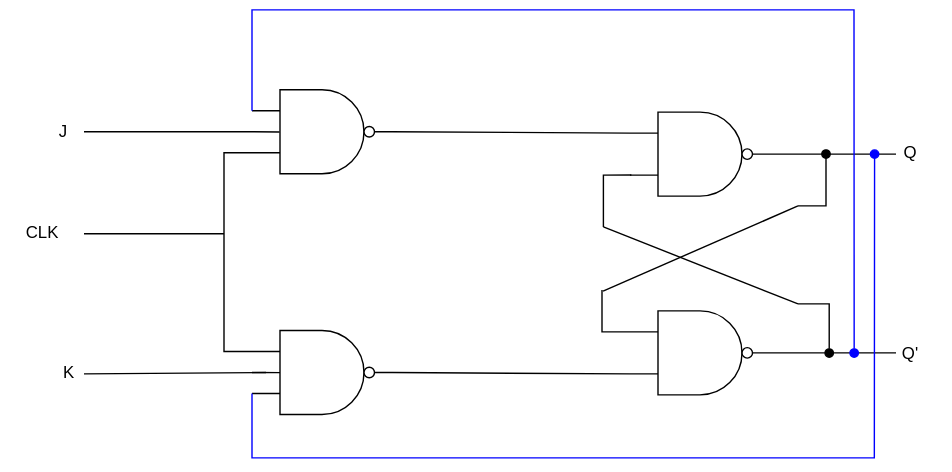
Earlier version of the draw.io export document/source/adn_common_jk_ff_des.svg (ADN-VLSI/adn_common). Source tidied: cells renumbered, new cells last; positions are measured from the earlier drawing's top-left corner, leaving out a move shared by most shapes. The source it was exported from:
```xml
<mxGraphModel>
  <root>
    <mxCell id="0" />
    <mxCell id="1" parent="0" />
    <mxCell id="2" style="edgeStyle=orthogonalEdgeStyle;html=1;exitX=0;exitY=0.75;exitDx=0;exitDy=0;exitPerimeter=0;endArrow=none;endFill=0;rounded=0;curved=0;entryX=0;entryY=0.25;entryDx=0;entryDy=0;entryPerimeter=0;" parent="1" edge="1" source="3" target="4">
      <mxGeometry relative="1" as="geometry">
        <Array as="points">
          <mxPoint x="160" y="102" />
          <mxPoint x="160" y="244" />
        </Array>
      </mxGeometry>
    </mxCell>
    <mxCell id="3" style="verticalLabelPosition=bottom;shadow=0;dashed=0;align=center;html=1;verticalAlign=top;shape=mxgraph.electrical.logic_gates.logic_gate;operation=and;negating=1;negSize=0.15;points=[[0,0.25,0,0,0],[0,0.5,0,0,0],[0,0.75,0,0,0],[1,0.5,0,0,0]];" parent="1" vertex="1">
      <mxGeometry x="180" y="57" width="100" height="60" as="geometry" />
    </mxCell>
    <mxCell id="4" style="verticalLabelPosition=bottom;shadow=0;dashed=0;align=center;html=1;verticalAlign=top;shape=mxgraph.electrical.logic_gates.logic_gate;operation=and;negating=1;negSize=0.15;points=[[0,0.25,0,0,0],[0,0.5,0,0,0],[0,0.75,0,0,0],[1,0.5,0,0,0]];" parent="1" vertex="1">
      <mxGeometry x="180" y="229" width="100" height="60" as="geometry" />
    </mxCell>
    <mxCell id="5" style="edgeStyle=none;html=1;exitX=1;exitY=0.5;exitDx=0;exitDy=0;exitPerimeter=0;endArrow=none;endFill=0;" parent="1" edge="1" source="7">
      <mxGeometry relative="1" as="geometry">
        <mxPoint x="640" y="245" as="targetPoint" />
      </mxGeometry>
    </mxCell>
    <mxCell id="6" style="edgeStyle=orthogonalEdgeStyle;html=1;exitX=0;exitY=0.25;exitDx=0;exitDy=0;exitPerimeter=0;endArrow=none;endFill=0;rounded=0;curved=0;" parent="1" edge="1" source="7">
      <mxGeometry relative="1" as="geometry">
        <mxPoint x="430" y="200" as="targetPoint" />
      </mxGeometry>
    </mxCell>
    <mxCell id="7" style="verticalLabelPosition=bottom;shadow=0;dashed=0;align=center;html=1;verticalAlign=top;shape=mxgraph.electrical.logic_gates.logic_gate;operation=and;negating=1;negSize=0.15;" parent="1" vertex="1">
      <mxGeometry x="450" y="215" width="100" height="60" as="geometry" />
    </mxCell>
    <mxCell id="8" style="edgeStyle=none;html=1;exitX=1;exitY=0.5;exitDx=0;exitDy=0;exitPerimeter=0;endArrow=none;endFill=0;" parent="1" edge="1" source="9">
      <mxGeometry relative="1" as="geometry">
        <mxPoint x="640" y="103" as="targetPoint" />
      </mxGeometry>
    </mxCell>
    <mxCell id="9" style="verticalLabelPosition=bottom;shadow=0;dashed=0;align=center;html=1;verticalAlign=top;shape=mxgraph.electrical.logic_gates.logic_gate;operation=and;negating=1;negSize=0.15;" parent="1" vertex="1">
      <mxGeometry x="450" y="73" width="100" height="60" as="geometry" />
    </mxCell>
    <mxCell id="10" style="edgeStyle=orthogonalEdgeStyle;html=1;endArrow=oval;endFill=1;rounded=0;curved=0;" parent="1" edge="1">
      <mxGeometry relative="1" as="geometry">
        <mxPoint x="570" y="140" as="sourcePoint" />
        <mxPoint x="590" y="103" as="targetPoint" />
      </mxGeometry>
    </mxCell>
    <mxCell id="11" style="endArrow=none;html=1;exitX=0.038;exitY=0.029;exitDx=0;exitDy=0;exitPerimeter=0;" parent="1" edge="1" source="6">
      <mxGeometry relative="1" as="geometry">
        <mxPoint x="570" y="140" as="targetPoint" />
      </mxGeometry>
    </mxCell>
    <mxCell id="12" style="endArrow=none;html=1;exitX=0.038;exitY=0.029;exitDx=0;exitDy=0;exitPerimeter=0;entryX=0;entryY=0;entryDx=0;entryDy=0;entryPerimeter=0;" parent="1" edge="1" target="14">
      <mxGeometry relative="1" as="geometry">
        <mxPoint x="431" y="155" as="sourcePoint" />
      </mxGeometry>
    </mxCell>
    <mxCell id="13" style="edgeStyle=orthogonalEdgeStyle;html=1;endArrow=none;endFill=0;rounded=0;curved=0;" parent="1" edge="1">
      <mxGeometry relative="1" as="geometry">
        <mxPoint x="451" y="118" as="sourcePoint" />
        <mxPoint x="431" y="155" as="targetPoint" />
      </mxGeometry>
    </mxCell>
    <mxCell id="14" style="endArrow=oval;html=1;rounded=0;edgeStyle=orthogonalEdgeStyle;endFill=1;" parent="1" edge="1">
      <mxGeometry relative="1" as="geometry">
        <mxPoint x="570" y="210" as="sourcePoint" />
        <mxPoint x="592.3" y="245.1" as="targetPoint" />
        <Array as="points">
          <mxPoint x="592.3" y="210" />
        </Array>
      </mxGeometry>
    </mxCell>
    <mxCell id="15" style="edgeStyle=none;html=1;exitX=0;exitY=0.75;exitDx=0;exitDy=0;exitPerimeter=0;entryX=1;entryY=0.5;entryDx=0;entryDy=0;entryPerimeter=0;endArrow=none;endFill=0;" parent="1" edge="1" source="7" target="4">
      <mxGeometry relative="1" as="geometry" />
    </mxCell>
    <mxCell id="16" style="edgeStyle=none;html=1;exitX=0;exitY=0.25;exitDx=0;exitDy=0;exitPerimeter=0;entryX=1;entryY=0.5;entryDx=0;entryDy=0;entryPerimeter=0;endArrow=none;endFill=0;" parent="1" edge="1" source="9" target="3">
      <mxGeometry relative="1" as="geometry" />
    </mxCell>
    <mxCell id="17" style="edgeStyle=orthogonalEdgeStyle;html=1;innerLoopWaypoints=1;exitX=0;exitY=0.5;exitDx=0;exitDy=0;exitPerimeter=0;entryX=0.197;entryY=0.503;entryDx=0;entryDy=0;entryPerimeter=0;endArrow=none;endFill=0;" parent="1" edge="1" source="3" target="3">
      <mxGeometry relative="1" as="geometry" />
    </mxCell>
    <mxCell id="18" style="edgeStyle=orthogonalEdgeStyle;html=1;innerLoopWaypoints=1;exitX=0;exitY=0.5;exitDx=0;exitDy=0;exitPerimeter=0;entryX=0.2;entryY=0.501;entryDx=0;entryDy=0;entryPerimeter=0;endArrow=none;endFill=0;" parent="1" edge="1" source="4" target="4">
      <mxGeometry relative="1" as="geometry" />
    </mxCell>
    <mxCell id="19" style="endArrow=none;html=1;entryX=0;entryY=0.408;entryDx=0;entryDy=0;entryPerimeter=0;" parent="1" edge="1" target="2">
      <mxGeometry relative="1" as="geometry">
        <mxPoint x="60" y="159.9" as="sourcePoint" />
      </mxGeometry>
    </mxCell>
    <mxCell id="20" style="endArrow=oval;html=1;rounded=0;curved=0;exitX=0;exitY=0.75;exitDx=0;exitDy=0;exitPerimeter=0;entryX=0;entryY=0.75;entryDx=0;entryDy=0;entryPerimeter=0;strokeColor=#0000FF;endFill=1;" parent="1" edge="1" source="4">
      <mxGeometry relative="1" as="geometry">
        <mxPoint x="624.7" y="103" as="targetPoint" />
        <Array as="points">
          <mxPoint x="180" y="320" />
          <mxPoint x="624.5" y="320" />
        </Array>
      </mxGeometry>
    </mxCell>
    <mxCell id="21" style="endArrow=oval;html=1;rounded=0;curved=0;entryX=0.668;entryY=0.25;entryDx=0;entryDy=0;entryPerimeter=0;strokeColor=#0000FF;exitX=0;exitY=0.25;exitDx=0;exitDy=0;exitPerimeter=0;endFill=1;" parent="1" edge="1" source="3" target="5">
      <mxGeometry relative="1" as="geometry">
        <Array as="points">
          <mxPoint x="180" />
          <mxPoint x="610" />
        </Array>
      </mxGeometry>
    </mxCell>
    <mxCell id="22" style="endArrow=none;html=1;entryX=0;entryY=0.5;entryDx=0;entryDy=0;entryPerimeter=0;" parent="1" edge="1" target="3">
      <mxGeometry relative="1" as="geometry">
        <mxPoint x="60" y="87" as="sourcePoint" />
      </mxGeometry>
    </mxCell>
    <mxCell id="23" value="J" style="text;html=1;whiteSpace=wrap;strokeColor=none;fillColor=none;align=center;verticalAlign=middle;rounded=0;" parent="1" vertex="1">
      <mxGeometry x="15" y="72" width="60" height="30" as="geometry" />
    </mxCell>
    <mxCell id="24" style="endArrow=none;html=1;" parent="1" edge="1" target="18">
      <mxGeometry relative="1" as="geometry">
        <mxPoint x="60" y="260" as="sourcePoint" />
      </mxGeometry>
    </mxCell>
    <mxCell id="25" value="K" style="text;html=1;whiteSpace=wrap;strokeColor=none;fillColor=none;align=center;verticalAlign=middle;rounded=0;" parent="1" vertex="1">
      <mxGeometry x="19" y="244" width="60" height="30" as="geometry" />
    </mxCell>
    <mxCell id="26" value="CLK" style="text;html=1;whiteSpace=wrap;strokeColor=none;fillColor=none;align=center;verticalAlign=middle;rounded=0;" parent="1" vertex="1">
      <mxGeometry y="144" width="60" height="30" as="geometry" />
    </mxCell>
    <mxCell id="27" value="Q" style="text;html=1;whiteSpace=wrap;strokeColor=none;fillColor=none;align=center;verticalAlign=middle;rounded=0;" parent="1" vertex="1">
      <mxGeometry x="620" y="87" width="60" height="30" as="geometry" />
    </mxCell>
    <mxCell id="28" value="Q'" style="text;html=1;whiteSpace=wrap;strokeColor=none;fillColor=none;align=center;verticalAlign=middle;rounded=0;" parent="1" vertex="1">
      <mxGeometry x="620" y="230" width="60" height="30" as="geometry" />
    </mxCell>
  </root>
</mxGraphModel>
```
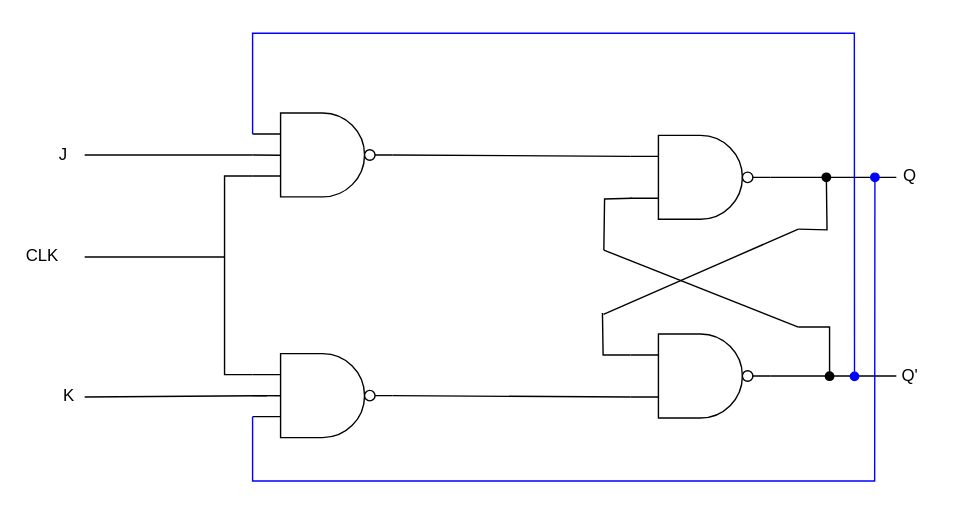
After the commit.

Commit message:
modified:   document/source/adn_common_jk_ff_des.svg modified:   source/adn_common_jk_ff.sv

Change to the diagram source:
```diff
@@ -2,6 +2,9 @@
   <root>
     <mxCell id="0" />
     <mxCell id="1" parent="0" />
+    <mxCell id="29" style="whiteSpace=wrap;html=1;strokeColor=none;" parent="1" vertex="1">
+      <mxGeometry y="-23" width="680" height="363" as="geometry" />
+    </mxCell>
     <mxCell id="2" style="edgeStyle=orthogonalEdgeStyle;html=1;exitX=0;exitY=0.75;exitDx=0;exitDy=0;exitPerimeter=0;endArrow=none;endFill=0;rounded=0;curved=0;entryX=0;entryY=0.25;entryDx=0;entryDy=0;entryPerimeter=0;" parent="1" edge="1" source="3" target="4">
       <mxGeometry relative="1" as="geometry">
         <Array as="points">
```
